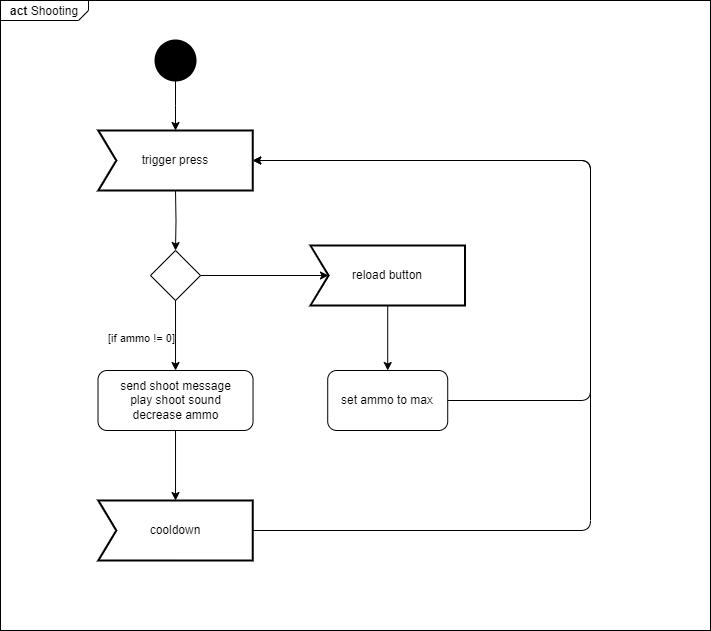
This is diagrammen/Shooting.drawio.png from toob01/LaserGameHU, a draw.io export, as it was before one commit. Source tidied: cells renumbered, new cells last; positions are measured from the earlier drawing's top-left corner, leaving out a move shared by most shapes. Its diagram source:
```xml
<mxGraphModel>
  <root>
    <mxCell id="0" />
    <mxCell id="1" parent="0" />
    <mxCell id="2" value="&lt;p style=&quot;margin:0px;margin-top:4px;margin-left:10px;text-align:left;&quot;&gt;&lt;b&gt;act&lt;/b&gt;&amp;nbsp;Shooting&lt;/p&gt;" style="html=1;shape=mxgraph.sysml.package;labelX=88;align=left;spacingLeft=10;overflow=fill;" parent="1" vertex="1">
      <mxGeometry width="710" height="630" as="geometry" />
    </mxCell>
    <mxCell id="3" style="shape=ellipse;html=1;fillColor=strokeColor;strokeWidth=2;verticalLabelPosition=bottom;verticalAlignment=top;perimeter=ellipsePerimeter;" parent="1" vertex="1">
      <mxGeometry x="155" y="40" width="40" height="40" as="geometry" />
    </mxCell>
    <mxCell id="4" style="edgeStyle=orthogonalEdgeStyle;rounded=0;jettySize=auto;html=1;" parent="1" edge="1" source="3">
      <mxGeometry relative="1" as="geometry">
        <mxPoint x="175" y="130" as="targetPoint" />
      </mxGeometry>
    </mxCell>
    <mxCell id="5" style="edgeStyle=orthogonalEdgeStyle;rounded=0;jettySize=auto;html=1;exitX=0.5;exitY=1;exitDx=0;exitDy=0;" parent="1" edge="1" target="6">
      <mxGeometry relative="1" as="geometry">
        <mxPoint x="175" y="190" as="sourcePoint" />
      </mxGeometry>
    </mxCell>
    <mxCell id="6" style="rhombus;whiteSpace=wrap;html=1;" parent="1" vertex="1">
      <mxGeometry x="150" y="250" width="50" height="50" as="geometry" />
    </mxCell>
    <mxCell id="7" value="send shoot message&lt;br&gt;play shoot sound&lt;br&gt;decrease ammo" style="rounded=1;whiteSpace=wrap;html=1;" parent="1" vertex="1">
      <mxGeometry x="97.5" y="370" width="155" height="60" as="geometry" />
    </mxCell>
    <mxCell id="8" style="endArrow=classic;html=1;rounded=0;" parent="1" edge="1" source="6" target="7">
      <mxGeometry relative="1" as="geometry" />
    </mxCell>
    <mxCell id="9" value="[if ammo != 0]" style="edgeLabel;html=1;align=center;verticalAlign=middle;" parent="8" vertex="1">
      <mxGeometry x="-0.35" y="3" relative="1" as="geometry">
        <mxPoint x="-38" y="14" as="offset" />
      </mxGeometry>
    </mxCell>
    <mxCell id="10" value="trigger press" style="html=1;shape=mxgraph.sysml.accEvent;strokeWidth=2;whiteSpace=wrap;align=center;" parent="1" vertex="1">
      <mxGeometry x="97.8" y="130" width="154.4" height="60" as="geometry" />
    </mxCell>
    <mxCell id="11" value="cooldown" style="html=1;shape=mxgraph.sysml.accEvent;strokeWidth=2;whiteSpace=wrap;align=center;" parent="1" vertex="1">
      <mxGeometry x="97.8" y="500" width="154.4" height="60" as="geometry" />
    </mxCell>
    <mxCell id="12" style="endArrow=classic;html=1;rounded=0;" parent="1" edge="1" source="7" target="11">
      <mxGeometry relative="1" as="geometry" />
    </mxCell>
    <mxCell id="13" style="endArrow=classic;html=1;rounded=0;entryX=0;entryY=0.5;entryDx=18;entryDy=0;entryPerimeter=0;" parent="1" edge="1" source="6" target="14">
      <mxGeometry relative="1" as="geometry" />
    </mxCell>
    <mxCell id="14" value="reload button" style="html=1;shape=mxgraph.sysml.accEvent;strokeWidth=2;whiteSpace=wrap;align=center;" parent="1" vertex="1">
      <mxGeometry x="310" y="245" width="154.4" height="60" as="geometry" />
    </mxCell>
    <mxCell id="15" style="endArrow=classic;html=1;rounded=0;" parent="1" edge="1" source="14" target="16">
      <mxGeometry relative="1" as="geometry" />
    </mxCell>
    <mxCell id="16" value="set ammo to max" style="rounded=1;whiteSpace=wrap;html=1;" parent="1" vertex="1">
      <mxGeometry x="327.2" y="370" width="120" height="60" as="geometry" />
    </mxCell>
    <mxCell id="17" style="endArrow=classic;html=1;rounded=1;" parent="1" edge="1" source="11" target="10">
      <mxGeometry relative="1" as="geometry">
        <Array as="points">
          <mxPoint x="590" y="530" />
          <mxPoint x="590" y="350" />
          <mxPoint x="590" y="160" />
        </Array>
      </mxGeometry>
    </mxCell>
    <mxCell id="18" style="endArrow=classic;html=1;rounded=1;" parent="1" edge="1" source="16" target="10">
      <mxGeometry relative="1" as="geometry">
        <Array as="points">
          <mxPoint x="590" y="400" />
          <mxPoint x="590" y="160" />
        </Array>
      </mxGeometry>
    </mxCell>
  </root>
</mxGraphModel>
```
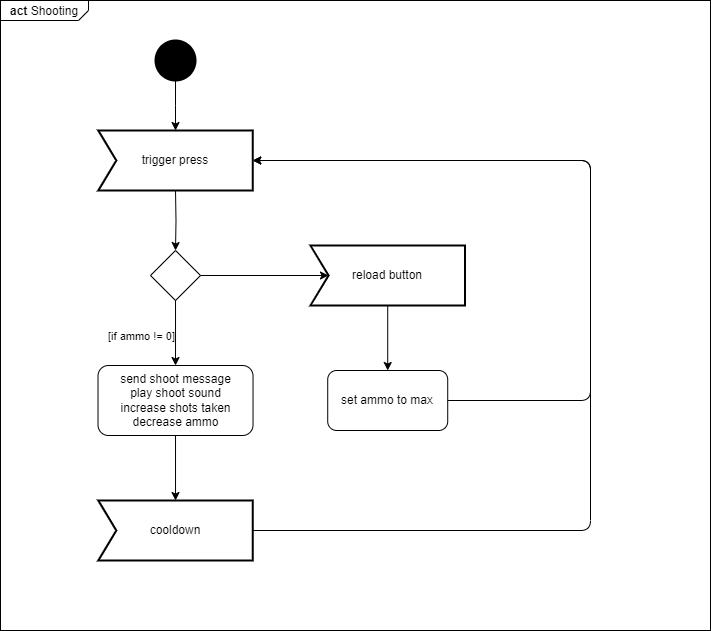
After the commit.

Commit message:
added use case diagrams

Change to the diagram source:
```diff
@@ -21,8 +21,8 @@
     <mxCell id="6" style="rhombus;whiteSpace=wrap;html=1;" parent="1" vertex="1">
       <mxGeometry x="150" y="250" width="50" height="50" as="geometry" />
     </mxCell>
-    <mxCell id="7" value="send shoot message&lt;br&gt;play shoot sound&lt;br&gt;decrease ammo" style="rounded=1;whiteSpace=wrap;html=1;" parent="1" vertex="1">
-      <mxGeometry x="97.5" y="370" width="155" height="60" as="geometry" />
+    <mxCell id="7" value="send shoot message&lt;br&gt;play shoot sound&lt;br&gt;increase shots taken&lt;br&gt;decrease ammo" style="rounded=1;whiteSpace=wrap;html=1;" parent="1" vertex="1">
+      <mxGeometry x="97.5" y="365" width="155" height="70" as="geometry" />
     </mxCell>
     <mxCell id="8" style="endArrow=classic;html=1;rounded=0;" parent="1" edge="1" source="6" target="7">
       <mxGeometry relative="1" as="geometry" />
```
